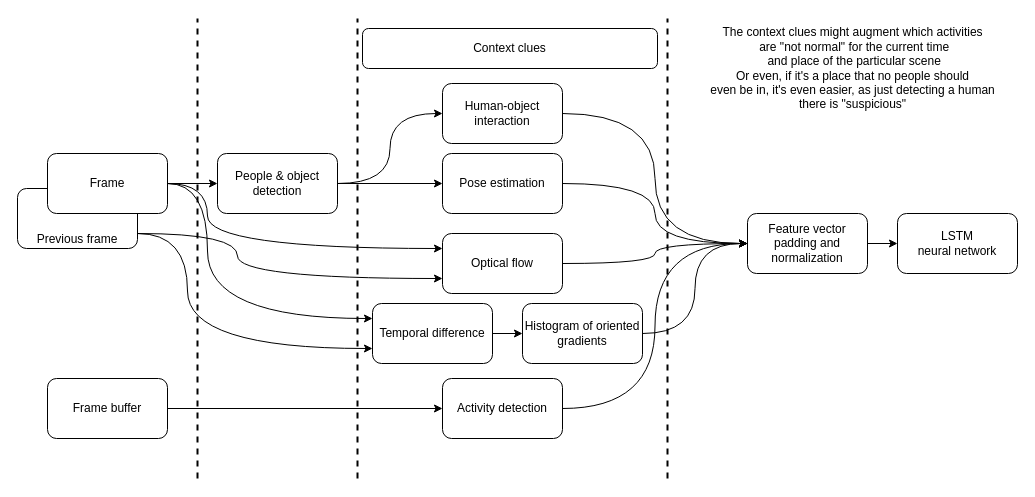
Earlier version of the draw.io diagram ml-pipeline-v3.drawio (radito3/smart-surveillance-docs). Source tidied: cells renumbered, new cells numbered last; positions are measured from the earlier drawing's top-left corner, leaving out a move shared by most shapes. Both pictures are drawn from the tidied source at 100%, with x=0, y=0 at pixel (17, 18).
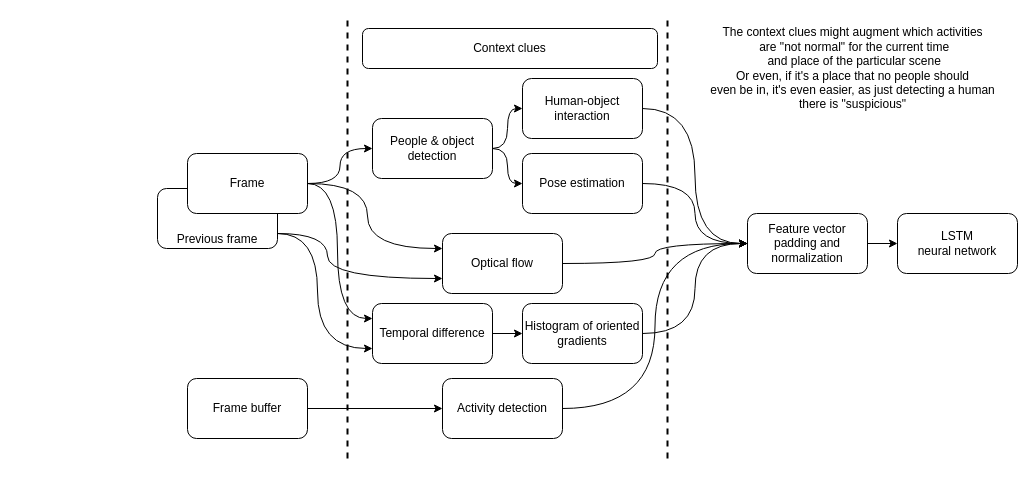
After the change.

Unchanged cells that the change refers to:
```xml
<mxCell id="6" value="Optical flow" style="rounded=1;whiteSpace=wrap;html=1;" parent="1" vertex="1">
  <mxGeometry x="425" y="215" width="120" height="60" as="geometry" />
</mxCell>
<mxCell id="8" value="Temporal difference" style="rounded=1;whiteSpace=wrap;html=1;" parent="1" vertex="1">
  <mxGeometry x="355" y="285" width="120" height="60" as="geometry" />
</mxCell>
```

What changed in the source:
```diff
@@
     <mxCell id="2" style="edgeStyle=orthogonalEdgeStyle;rounded=0;jettySize=auto;html=1;entryX=0;entryY=0.5;entryDx=0;entryDy=0;strokeColor=default;curved=1;" parent="1" edge="1" source="4" target="17">
-      <mxGeometry relative="1" as="geometry" />
+      <mxGeometry relative="1" as="geometry">
+        <Array as="points">
+          <mxPoint x="490" y="130" />
+          <mxPoint x="490" y="90" />
+        </Array>
+      </mxGeometry>
     </mxCell>
-    <mxCell id="3" style="edgeStyle=orthogonalEdgeStyle;rounded=0;jettySize=auto;html=1;entryX=0;entryY=0.5;entryDx=0;entryDy=0;" parent="1" edge="1" source="4" target="12">
-      <mxGeometry relative="1" as="geometry" />
+    <mxCell id="3" style="edgeStyle=orthogonalEdgeStyle;rounded=0;jettySize=auto;html=1;entryX=0;entryY=0.5;entryDx=0;entryDy=0;curved=1;" parent="1" edge="1" source="4" target="12">
+      <mxGeometry relative="1" as="geometry">
+        <Array as="points">
+          <mxPoint x="490" y="130" />
+          <mxPoint x="490" y="165" />
+        </Array>
+      </mxGeometry>
     </mxCell>
     <mxCell id="4" value="People &amp;amp; object detection" style="rounded=1;whiteSpace=wrap;html=1;" parent="1" vertex="1">
-      <mxGeometry x="200" y="135" width="120" height="60" as="geometry" />
+      <mxGeometry x="355" y="100" width="120" height="60" as="geometry" />
     </mxCell>
@@
     <mxCell id="12" value="&lt;div&gt;Pose estimation&lt;/div&gt;" style="rounded=1;whiteSpace=wrap;html=1;" parent="1" vertex="1">
-      <mxGeometry x="425" y="135" width="120" height="60" as="geometry" />
+      <mxGeometry x="505" y="135" width="120" height="60" as="geometry" />
     </mxCell>
@@
     <mxCell id="17" value="Human-object interaction" style="rounded=1;whiteSpace=wrap;html=1;" parent="1" vertex="1">
-      <mxGeometry x="425" y="65" width="120" height="60" as="geometry" />
+      <mxGeometry x="505" y="60" width="120" height="60" as="geometry" />
     </mxCell>
@@
     <mxCell id="20" style="edgeStyle=orthogonalEdgeStyle;rounded=0;jettySize=auto;html=1;entryX=0;entryY=0.75;entryDx=0;entryDy=0;exitX=1;exitY=0.75;exitDx=0;exitDy=0;curved=1;" parent="1" edge="1" source="22" target="6">
       <mxGeometry relative="1" as="geometry">
         <Array as="points">
-          <mxPoint x="220" y="215" />
-          <mxPoint x="220" y="260" />
+          <mxPoint x="310" y="215" />
+          <mxPoint x="310" y="260" />
         </Array>
       </mxGeometry>
     </mxCell>
     <mxCell id="21" style="edgeStyle=orthogonalEdgeStyle;rounded=0;jettySize=auto;html=1;entryX=0;entryY=0.75;entryDx=0;entryDy=0;exitX=1;exitY=0.75;exitDx=0;exitDy=0;curved=1;" parent="1" edge="1" source="22" target="8">
       <mxGeometry relative="1" as="geometry">
         <Array as="points">
-          <mxPoint x="170" y="215" />
-          <mxPoint x="170" y="330" />
+          <mxPoint x="300" y="215" />
+          <mxPoint x="300" y="330" />
         </Array>
       </mxGeometry>
     </mxCell>
     <mxCell id="22" value="Previous frame" style="rounded=1;whiteSpace=wrap;html=1;verticalAlign=bottom;horizontal=1;" parent="1" vertex="1">
-      <mxGeometry y="170" width="120" height="60" as="geometry" />
+      <mxGeometry x="140" y="170" width="120" height="60" as="geometry" />
     </mxCell>
-    <mxCell id="23" style="edgeStyle=orthogonalEdgeStyle;rounded=0;jettySize=auto;html=1;entryX=0;entryY=0.5;entryDx=0;entryDy=0;" parent="1" edge="1" source="26" target="4">
+    <mxCell id="23" style="edgeStyle=orthogonalEdgeStyle;rounded=0;jettySize=auto;html=1;entryX=0;entryY=0.5;entryDx=0;entryDy=0;curved=1;" parent="1" edge="1" source="26" target="4">
       <mxGeometry relative="1" as="geometry" />
     </mxCell>
     <mxCell id="24" style="edgeStyle=orthogonalEdgeStyle;rounded=0;jettySize=auto;html=1;entryX=0;entryY=0.25;entryDx=0;entryDy=0;curved=1;" parent="1" edge="1" source="26" target="6">
       <mxGeometry relative="1" as="geometry">
         <Array as="points">
-          <mxPoint x="190" y="165" />
-          <mxPoint x="190" y="230" />
+          <mxPoint x="350" y="165" />
+          <mxPoint x="350" y="230" />
         </Array>
       </mxGeometry>
     </mxCell>
     <mxCell id="25" style="edgeStyle=orthogonalEdgeStyle;rounded=0;jettySize=auto;html=1;entryX=0;entryY=0.25;entryDx=0;entryDy=0;curved=1;" parent="1" edge="1" source="26" target="8">
       <mxGeometry relative="1" as="geometry">
         <Array as="points">
-          <mxPoint x="190" y="165" />
-          <mxPoint x="190" y="300" />
+          <mxPoint x="320" y="165" />
+          <mxPoint x="320" y="300" />
         </Array>
       </mxGeometry>
     </mxCell>
     <mxCell id="26" value="Frame" style="rounded=1;whiteSpace=wrap;html=1;" parent="1" vertex="1">
-      <mxGeometry x="30" y="135" width="120" height="60" as="geometry" />
+      <mxGeometry x="170" y="135" width="120" height="60" as="geometry" />
     </mxCell>
@@
     <mxCell id="28" value="Frame buffer" style="rounded=1;whiteSpace=wrap;html=1;" parent="1" vertex="1">
-      <mxGeometry x="30" y="360" width="120" height="60" as="geometry" />
+      <mxGeometry x="170" y="360" width="120" height="60" as="geometry" />
     </mxCell>
@@
     <mxCell id="31" style="endArrow=none;dashed=1;html=1;rounded=0;strokeWidth=2;" parent="1" edge="1">
       <mxGeometry relative="1" as="geometry">
-        <mxPoint x="180" y="460" as="sourcePoint" />
-        <mxPoint x="180" as="targetPoint" />
+        <mxPoint x="330" y="440" as="sourcePoint" />
+        <mxPoint x="330" as="targetPoint" />
       </mxGeometry>
     </mxCell>
-    <mxCell id="32" style="endArrow=none;dashed=1;html=1;rounded=0;strokeWidth=2;" parent="1" edge="1">
-      <mxGeometry relative="1" as="geometry">
-        <mxPoint x="340" y="460" as="sourcePoint" />
-        <mxPoint x="340" as="targetPoint" />
-      </mxGeometry>
-    </mxCell>
     <mxCell id="33" style="endArrow=none;dashed=1;html=1;rounded=0;strokeWidth=2;" parent="1" edge="1">
       <mxGeometry relative="1" as="geometry">
-        <mxPoint x="650" y="460" as="sourcePoint" />
+        <mxPoint x="650" y="440" as="sourcePoint" />
         <mxPoint x="650" as="targetPoint" />
       </mxGeometry>
     </mxCell>
```
